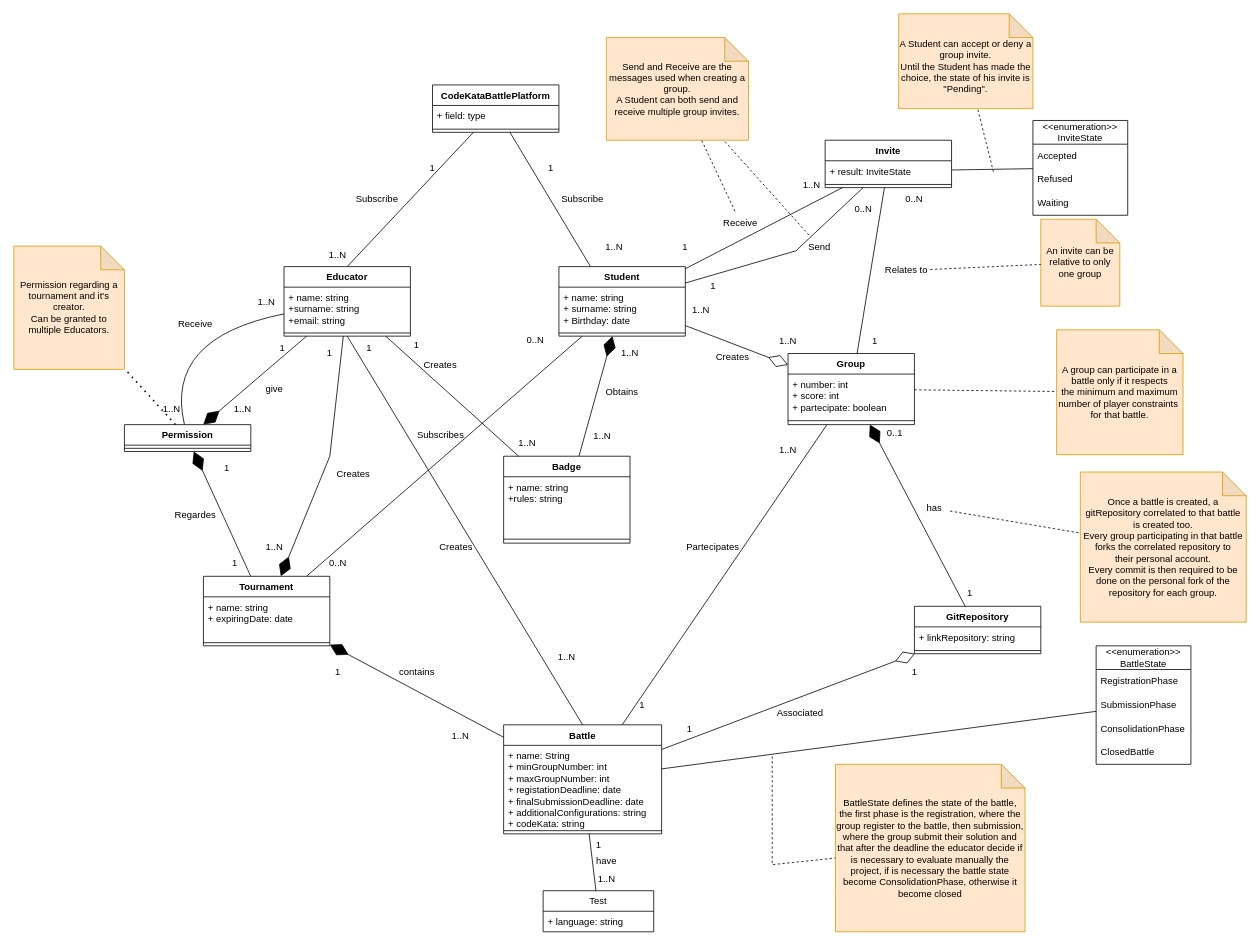
Before: RASDwip/ExtraFiles/Drawio/ClassDiagram/ClassDiagram.drawio in francescospangaro/SpangaroTosettiRiccardi, a draw.io diagram. Source tidied: cells renumbered, new cells numbered last; positions are measured from the earlier drawing's top-left corner, leaving out a move shared by most shapes. Both pictures are drawn from the tidied source at 79%, with x=0, y=0 at pixel (13, 13).
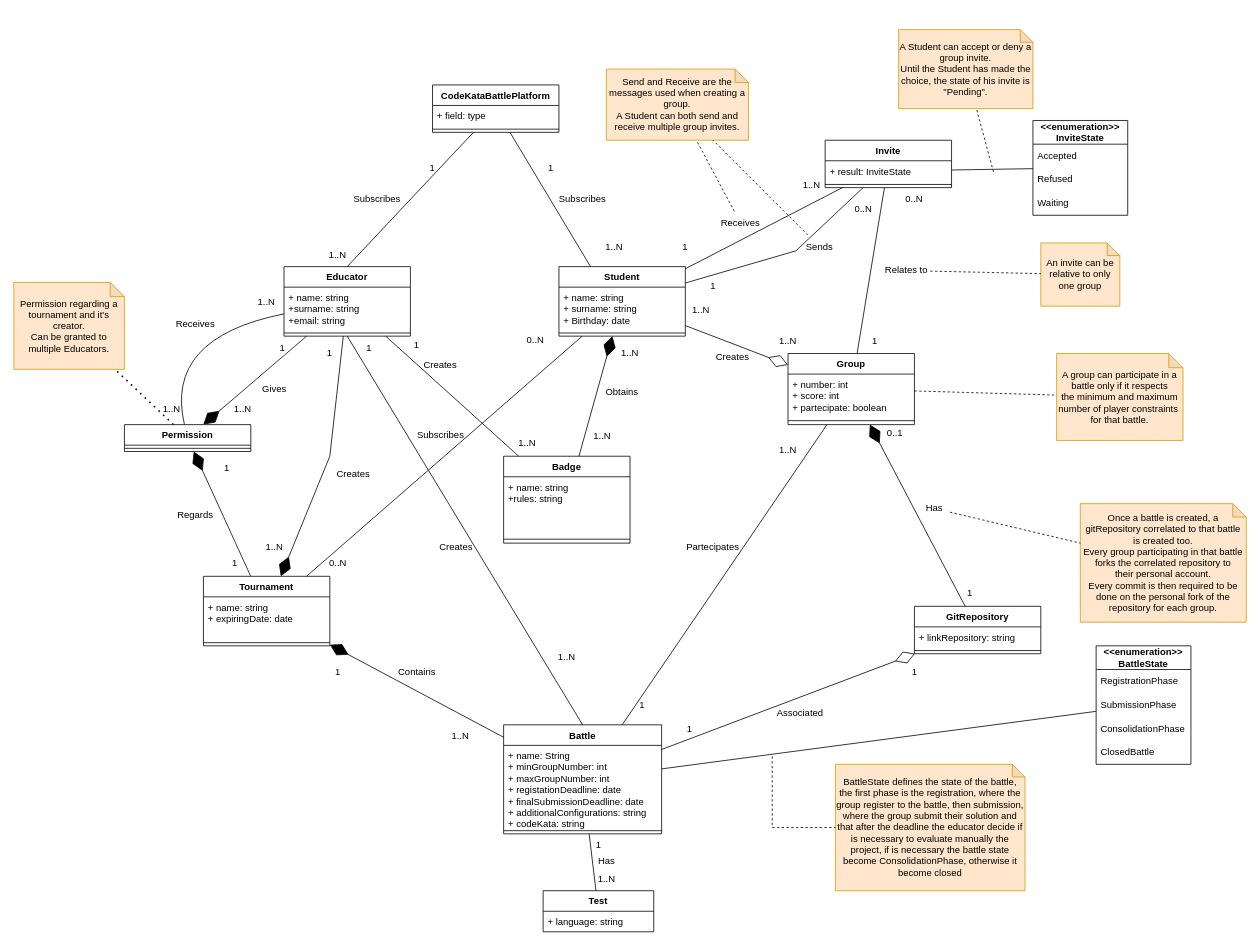
The same page after the edit.

The edit, as a diff of the source:
```diff
@@
-    <mxCell id="15" value="Subscribe" style="text;html=1;strokeColor=none;fillColor=none;align=center;verticalAlign=middle;whiteSpace=wrap;rounded=0;" parent="1" vertex="1">
+    <mxCell id="15" value="Subscribes" style="text;html=1;strokeColor=none;fillColor=none;align=center;verticalAlign=middle;whiteSpace=wrap;rounded=0;" parent="1" vertex="1">
       <mxGeometry x="430" y="220" width="60" height="30" as="geometry" />
     </mxCell>
-    <mxCell id="16" value="Subscribe" style="text;html=1;strokeColor=none;fillColor=none;align=center;verticalAlign=middle;whiteSpace=wrap;rounded=0;" parent="1" vertex="1">
+    <mxCell id="16" value="Subscribes" style="text;html=1;strokeColor=none;fillColor=none;align=center;verticalAlign=middle;whiteSpace=wrap;rounded=0;" parent="1" vertex="1">
       <mxGeometry x="690" y="220" width="60" height="30" as="geometry" />
     </mxCell>
@@
-    <mxCell id="52" value="Test" style="swimlane;fontStyle=0;horizontal=1;startSize=26;fillColor=none;whiteSpace=wrap;html=1;" parent="1" vertex="1">
+    <mxCell id="52" value="&lt;b&gt;Test&lt;/b&gt;" style="swimlane;fontStyle=0;horizontal=1;startSize=26;fillColor=none;whiteSpace=wrap;html=1;" parent="1" vertex="1">
       <mxGeometry x="670" y="1110" width="140" height="52" as="geometry" />
     </mxCell>
@@
-    <mxCell id="61" value="Receive" style="text;html=1;strokeColor=none;fillColor=none;align=center;verticalAlign=middle;whiteSpace=wrap;rounded=0;" parent="1" vertex="1">
+    <mxCell id="61" value="Receives" style="text;html=1;strokeColor=none;fillColor=none;align=center;verticalAlign=middle;whiteSpace=wrap;rounded=0;" parent="1" vertex="1">
       <mxGeometry x="890" y="250" width="60" height="30" as="geometry" />
     </mxCell>
@@
-    <mxCell id="67" value="Send" style="text;html=1;strokeColor=none;fillColor=none;align=center;verticalAlign=middle;whiteSpace=wrap;rounded=0;" parent="1" vertex="1">
+    <mxCell id="67" value="Sends" style="text;html=1;strokeColor=none;fillColor=none;align=center;verticalAlign=middle;whiteSpace=wrap;rounded=0;" parent="1" vertex="1">
       <mxGeometry x="990" y="280" width="60" height="30" as="geometry" />
     </mxCell>
@@
-    <mxCell id="78" value="has" style="text;html=1;align=center;verticalAlign=middle;points=[];strokeColor=none;fillColor=none;" parent="1" vertex="1">
+    <mxCell id="78" value="Has" style="text;html=1;align=center;verticalAlign=middle;points=[];strokeColor=none;fillColor=none;" parent="1" vertex="1">
       <mxGeometry x="1145" y="611" width="40" height="30" as="geometry" />
     </mxCell>
@@
-    <mxCell id="84" value="Permission regarding a tournament and it's creator.&#10;Can be granted to multiple Educators." style="shape=note;whiteSpace=wrap;html=1;backgroundOutline=1;darkOpacity=0.05;fillColor=#ffe6cc;strokeColor=#d79b00;" parent="1" vertex="1">
-      <mxGeometry y="294" width="140" height="156" as="geometry" />
+    <mxCell id="84" value="Permission regarding a tournament and it's creator.&#10;Can be granted to multiple Educators." style="shape=note;whiteSpace=wrap;html=1;backgroundOutline=1;darkOpacity=0.05;fillColor=#ffe6cc;strokeColor=#d79b00;size=18;" parent="1" vertex="1">
+      <mxGeometry y="340" width="140" height="110" as="geometry" />
     </mxCell>
@@
-    <mxCell id="86" value="&lt;div&gt;Send and Receive are the messages used when creating a group.&lt;/div&gt;&lt;div&gt;A Student can both send and receive multiple group invites.&lt;/div&gt;" style="shape=note;whiteSpace=wrap;html=1;backgroundOutline=1;darkOpacity=0.05;fillColor=#ffe6cc;strokeColor=#d79b00;" parent="1" vertex="1">
-      <mxGeometry x="750" y="30" width="180" height="130" as="geometry" />
+    <mxCell id="86" value="&lt;div&gt;Send and Receive are the messages used when creating a group.&lt;/div&gt;&lt;div&gt;A Student can both send and receive multiple group invites.&lt;/div&gt;" style="shape=note;whiteSpace=wrap;html=1;backgroundOutline=1;darkOpacity=0.05;fillColor=#ffe6cc;strokeColor=#d79b00;size=17;" parent="1" vertex="1">
+      <mxGeometry x="750" y="70" width="180" height="90" as="geometry" />
     </mxCell>
@@
-    <mxCell id="89" value="An invite can be relative to only one group" style="shape=note;whiteSpace=wrap;html=1;backgroundOutline=1;darkOpacity=0.05;fillColor=#ffe6cc;strokeColor=#d79b00;" parent="1" vertex="1">
-      <mxGeometry x="1300" y="260" width="100" height="110" as="geometry" />
+    <mxCell id="89" value="An invite can be relative to only one group" style="shape=note;whiteSpace=wrap;html=1;backgroundOutline=1;darkOpacity=0.05;fillColor=#ffe6cc;strokeColor=#d79b00;size=16;" parent="1" vertex="1">
+      <mxGeometry x="1300" y="290" width="100" height="80" as="geometry" />
     </mxCell>
@@
-    <mxCell id="91" value="&lt;div&gt;A group can participate in a battle only if it respects&lt;/div&gt;&lt;div&gt;the minimum and maximum number of player constraints&amp;nbsp;&lt;/div&gt;&lt;div&gt;for that battle.&lt;/div&gt;" style="shape=note;whiteSpace=wrap;html=1;backgroundOutline=1;darkOpacity=0.05;fillColor=#ffe6cc;strokeColor=#d79b00;" parent="1" vertex="1">
-      <mxGeometry x="1320" y="400" width="160" height="158" as="geometry" />
+    <mxCell id="91" value="&lt;div&gt;A group can participate in a battle only if it respects&lt;/div&gt;&lt;div&gt;the minimum and maximum number of player constraints&amp;nbsp;&lt;/div&gt;&lt;div&gt;for that battle.&lt;/div&gt;" style="shape=note;whiteSpace=wrap;html=1;backgroundOutline=1;darkOpacity=0.05;fillColor=#ffe6cc;strokeColor=#d79b00;size=18;" parent="1" vertex="1">
+      <mxGeometry x="1320" y="430" width="160" height="110" as="geometry" />
     </mxCell>
@@
-    <mxCell id="93" value="&lt;div&gt;Once a battle is created, a gitRepository correlated to that battle is created too.&lt;/div&gt;&lt;div&gt;Every group participating in that battle forks the correlated repository to&lt;/div&gt;&lt;div&gt;their personal account.&lt;/div&gt;&lt;div&gt;Every commit is then required to be done on the personal fork of the repository for each group.&lt;/div&gt;" style="shape=note;whiteSpace=wrap;html=1;backgroundOutline=1;darkOpacity=0.05;fillColor=#ffe6cc;strokeColor=#d79b00;" parent="1" vertex="1">
-      <mxGeometry x="1350" y="580" width="210" height="190" as="geometry" />
+    <mxCell id="93" value="&lt;div&gt;Once a battle is created, a gitRepository correlated to that battle is created too.&lt;/div&gt;&lt;div&gt;Every group participating in that battle forks the correlated repository to&lt;/div&gt;&lt;div&gt;their personal account.&lt;/div&gt;&lt;div&gt;Every commit is then required to be done on the personal fork of the repository for each group.&lt;/div&gt;" style="shape=note;whiteSpace=wrap;html=1;backgroundOutline=1;darkOpacity=0.05;fillColor=#ffe6cc;strokeColor=#d79b00;size=17;" parent="1" vertex="1">
+      <mxGeometry x="1350" y="620" width="210" height="150" as="geometry" />
     </mxCell>
@@
-    <mxCell id="95" value="contains" style="text;html=1;align=center;verticalAlign=middle;strokeColor=none;fillColor=none;" parent="1" vertex="1">
+    <mxCell id="95" value="Contains" style="text;html=1;align=center;verticalAlign=middle;strokeColor=none;fillColor=none;" parent="1" vertex="1">
       <mxGeometry x="475" y="818" width="70" height="30" as="geometry" />
     </mxCell>
@@
-    <mxCell id="99" value="have" style="text;html=1;align=center;verticalAlign=middle;strokeColor=none;fillColor=none;" parent="1" vertex="1">
-      <mxGeometry x="725" y="1058" width="50" height="30" as="geometry" />
+    <mxCell id="99" value="Has" style="text;html=1;align=center;verticalAlign=middle;strokeColor=none;fillColor=none;" parent="1" vertex="1">
+      <mxGeometry x="730" y="1058" width="40" height="30" as="geometry" />
     </mxCell>
@@
-    <mxCell id="103" value="give" style="text;html=1;strokeColor=none;fillColor=none;align=center;verticalAlign=middle;whiteSpace=wrap;rounded=0;" parent="1" vertex="1">
+    <mxCell id="103" value="Gives" style="text;html=1;strokeColor=none;fillColor=none;align=center;verticalAlign=middle;whiteSpace=wrap;rounded=0;" parent="1" vertex="1">
       <mxGeometry x="300" y="460" width="60" height="30" as="geometry" />
     </mxCell>
-    <mxCell id="104" value="Regardes" style="text;html=1;strokeColor=none;fillColor=none;align=center;verticalAlign=middle;whiteSpace=wrap;rounded=0;rotation=0;" parent="1" vertex="1">
+    <mxCell id="104" value="Regards" style="text;html=1;strokeColor=none;fillColor=none;align=center;verticalAlign=middle;whiteSpace=wrap;rounded=0;rotation=0;" parent="1" vertex="1">
       <mxGeometry x="200" y="620" width="60" height="30" as="geometry" />
     </mxCell>
@@
-    <mxCell id="107" value="Receive" style="text;html=1;strokeColor=none;fillColor=none;align=center;verticalAlign=middle;whiteSpace=wrap;rounded=0;" parent="1" vertex="1">
+    <mxCell id="107" value="Receives" style="text;html=1;strokeColor=none;fillColor=none;align=center;verticalAlign=middle;whiteSpace=wrap;rounded=0;" parent="1" vertex="1">
       <mxGeometry x="200" y="378" width="60" height="30" as="geometry" />
     </mxCell>
@@
-    <mxCell id="114" value="&amp;lt;&amp;lt;enumeration&amp;gt;&amp;gt;&lt;br&gt;InviteState" style="swimlane;fontStyle=0;horizontal=1;startSize=30;whiteSpace=wrap;html=1;" parent="1" vertex="1">
+    <mxCell id="114" value="&lt;b&gt;&amp;lt;&amp;lt;enumeration&amp;gt;&amp;gt;&lt;br&gt;InviteState&lt;/b&gt;" style="swimlane;fontStyle=0;horizontal=1;startSize=30;whiteSpace=wrap;html=1;" parent="1" vertex="1">
       <mxGeometry x="1290" y="135" width="120" height="120" as="geometry" />
     </mxCell>
@@
-    <mxCell id="119" value="&lt;div&gt;&lt;br&gt;&lt;/div&gt;&lt;div&gt;A Student can accept or deny a group invite.&lt;/div&gt;&lt;div&gt;Until the Student has made the choice, the state of his invite is &quot;Pending&quot;.&lt;/div&gt;" style="shape=note;whiteSpace=wrap;html=1;backgroundOutline=1;darkOpacity=0.05;fillColor=#ffe6cc;strokeColor=#d79b00;" parent="1" vertex="1">
-      <mxGeometry x="1120" width="170" height="120" as="geometry" />
+    <mxCell id="119" value="&lt;div&gt;&lt;span style=&quot;background-color: initial;&quot;&gt;A Student can accept or deny a group invite.&lt;/span&gt;&lt;br&gt;&lt;/div&gt;&lt;div&gt;Until the Student has made the choice, the state of his invite is &quot;Pending&quot;.&lt;/div&gt;" style="shape=note;whiteSpace=wrap;html=1;backgroundOutline=1;darkOpacity=0.05;fillColor=#ffe6cc;strokeColor=#d79b00;size=16;" parent="1" vertex="1">
+      <mxGeometry x="1120" y="20" width="170" height="100" as="geometry" />
     </mxCell>
@@
-    <mxCell id="127" value="&amp;lt;&amp;lt;enumeration&amp;gt;&amp;gt;&lt;br&gt;BattleState" style="swimlane;fontStyle=0;horizontal=1;startSize=30;whiteSpace=wrap;html=1;" parent="1" vertex="1">
+    <mxCell id="127" value="&lt;b&gt;&amp;lt;&amp;lt;enumeration&amp;gt;&amp;gt;&lt;br&gt;BattleState&lt;/b&gt;" style="swimlane;fontStyle=0;horizontal=1;startSize=30;whiteSpace=wrap;html=1;" parent="1" vertex="1">
       <mxGeometry x="1370" y="800" width="120" height="150" as="geometry" />
     </mxCell>
@@
-    <mxCell id="133" value="BattleState defines the state of the battle, the first phase is the registration, where the group register to the battle, then submission, where the group submit their solution and that after the deadline the educator decide if is necessary to evaluate manually the project, if is necessary the battle state become ConsolidationPhase, otherwise it become closed" style="shape=note;whiteSpace=wrap;html=1;backgroundOutline=1;darkOpacity=0.05;fillColor=#ffe6cc;strokeColor=#d79b00;" parent="1" vertex="1">
-      <mxGeometry x="1040" y="950" width="240" height="212" as="geometry" />
+    <mxCell id="133" value="BattleState defines the state of the battle, the first phase is the registration, where the group register to the battle, then submission, where the group submit their solution and that after the deadline the educator decide if is necessary to evaluate manually the project, if is necessary the battle state become ConsolidationPhase, otherwise it become closed" style="shape=note;whiteSpace=wrap;html=1;backgroundOutline=1;darkOpacity=0.05;fillColor=#ffe6cc;strokeColor=#d79b00;size=16;" parent="1" vertex="1">
+      <mxGeometry x="1040" y="950" width="240" height="160" as="geometry" />
     </mxCell>
     <mxCell id="134" style="endArrow=none;dashed=1;html=1;rounded=0;" parent="1" edge="1" target="133">
       <mxGeometry relative="1" as="geometry">
         <mxPoint x="960" y="940" as="sourcePoint" />
         <Array as="points">
-          <mxPoint x="960" y="1077" />
+          <mxPoint x="960" y="1030" />
         </Array>
       </mxGeometry>
     </mxCell>
```
